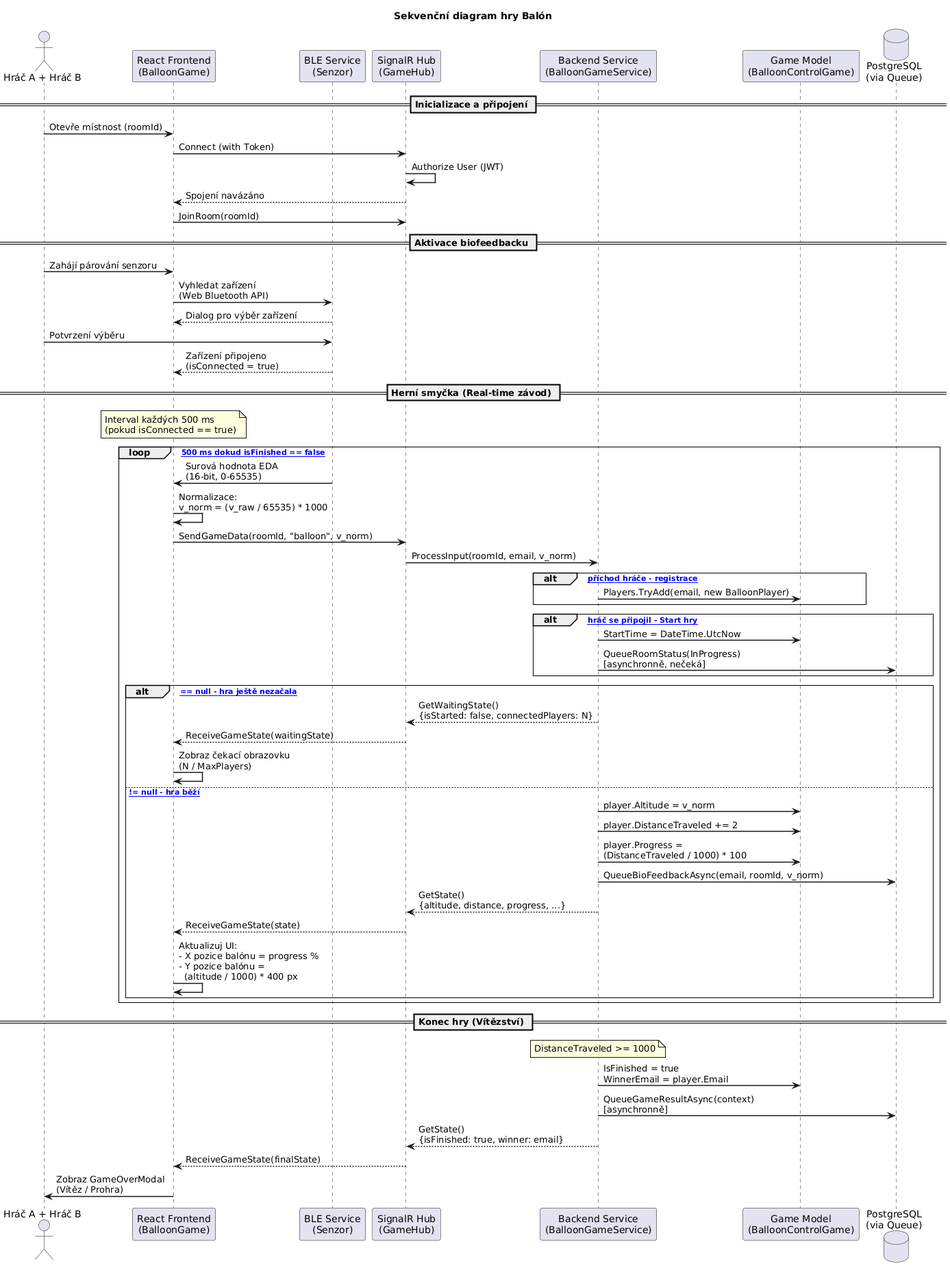
This is doc/plantuml/img/balloongame.png from elsnoxx/Bachelor-thesis, a PlantUML export, as it was before one commit. The source it was exported from:
```plantuml
@startuml
title Sekvenční diagram hry Balón

skinparam sequenceArrowThickness 1.5
skinparam responseMessageBelowArrow true
skinparam sequenceGroupBorderThickness 1
skinparam noteBorderThickness 1

actor "Hráč A + Hráč B" as Players
participant "React Frontend\n(BalloonGame)" as Frontend
participant "BLE Service\n(Senzor)" as BLE
participant "SignalR Hub\n(GameHub)" as Hub
participant "Backend Service\n(BalloonGameService)" as Service
participant "Game Model\n(BalloonControlGame)" as Model
database "PostgreSQL\n(via Queue)" as DB

== Inicializace a připojení ==

Players -> Frontend : Otevře místnost (roomId)
Frontend -> Hub : Connect (with Token)
Hub -> Hub : Authorize User (JWT)
Hub --> Frontend : Spojení navázáno
Frontend -> Hub : JoinRoom(roomId)

== Aktivace biofeedbacku ==

Players -> Frontend : Zahájí párování senzoru
Frontend -> BLE : Vyhledat zařízení\n(Web Bluetooth API)
BLE --> Frontend : Dialog pro výběr zařízení
Players -> BLE : Potvrzení výběru
BLE --> Frontend : Zařízení připojeno\n(isConnected = true)

== Herní smyčka (Real-time závod) ==

note over Frontend : Interval každých 500 ms\n(pokud isConnected == true)

loop [Každých 500 ms dokud isFinished == false]
    BLE -> Frontend : Surová hodnota EDA\n(16-bit, 0-65535)
    Frontend -> Frontend : Normalizace:\nv_norm = (v_raw / 65535) * 1000
    Frontend -> Hub : SendGameData(roomId, "balloon", v_norm)
    Hub -> Service : ProcessInput(roomId, email, v_norm)

    alt [První příchod hráče - registrace]
        Service -> Model : Players.TryAdd(email, new BalloonPlayer)
    end

    alt [Druhý hráč se připojil - Start hry]
        Service -> Model : StartTime = DateTime.UtcNow
        Service -> DB : QueueRoomStatus(InProgress)\n[asynchronně, nečeká]
    end

    alt [StartTime == null - hra ještě nezačala]
        Service --> Hub : GetWaitingState()\n{isStarted: false, connectedPlayers: N}
        Hub --> Frontend : ReceiveGameState(waitingState)
        Frontend -> Frontend : Zobraz čekací obrazovku\n(N / MaxPlayers)
    else [StartTime != null - hra běží]
        Service -> Model : player.Altitude = v_norm
        Service -> Model : player.DistanceTraveled += 2
        Service -> Model : player.Progress =\n(DistanceTraveled / 1000) * 100
        Service -> DB : QueueBioFeedbackAsync(email, roomId, v_norm)
        Service --> Hub : GetState()\n{altitude, distance, progress, ...}
        Hub --> Frontend : ReceiveGameState(state)
        Frontend -> Frontend : Aktualizuj UI:\n- X pozice balónu = progress %\n- Y pozice balónu =\n  (altitude / 1000) * 400 px
    end
end

== Konec hry (Vítězství) ==

note over Service : DistanceTraveled >= 1000

Service -> Model : IsFinished = true\nWinnerEmail = player.Email
Service -> DB : QueueGameResultAsync(context)\n[asynchronně]
Service --> Hub : GetState()\n{isFinished: true, winner: email}
Hub --> Frontend : ReceiveGameState(finalState)
Frontend -> Players : Zobraz GameOverModal\n(Vítěz / Prohra)
@enduml
```
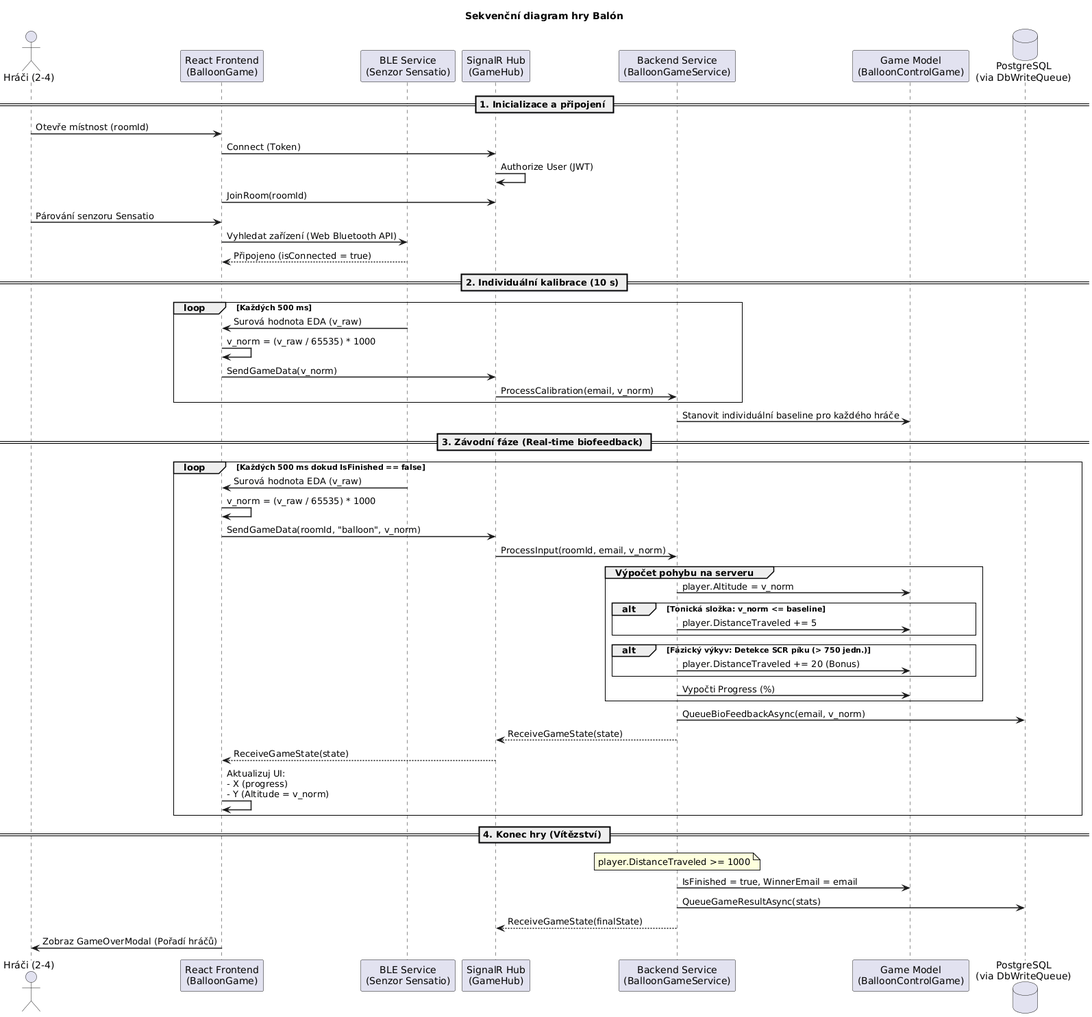
Later version of the same file.

The edit, as a diff of the source:
```diff
@@ -6,71 +6,71 @@
 skinparam sequenceGroupBorderThickness 1
 skinparam noteBorderThickness 1
 
-actor "Hráč A + Hráč B" as Players
+actor "Hráči (2-4)" as Players
 participant "React Frontend\n(BalloonGame)" as Frontend
-participant "BLE Service\n(Senzor)" as BLE
+participant "BLE Service\n(Senzor Sensatio)" as BLE
 participant "SignalR Hub\n(GameHub)" as Hub
 participant "Backend Service\n(BalloonGameService)" as Service
 participant "Game Model\n(BalloonControlGame)" as Model
-database "PostgreSQL\n(via Queue)" as DB
+database "PostgreSQL\n(via DbWriteQueue)" as DB
 
-== Inicializace a připojení ==
+== 1. Inicializace a připojení ==
 
 Players -> Frontend : Otevře místnost (roomId)
-Frontend -> Hub : Connect (with Token)
+Frontend -> Hub : Connect (Token)
 Hub -> Hub : Authorize User (JWT)
-Hub --> Frontend : Spojení navázáno
 Frontend -> Hub : JoinRoom(roomId)
 
-== Aktivace biofeedbacku ==
+Players -> Frontend : Párování senzoru Sensatio
+Frontend -> BLE : Vyhledat zařízení (Web Bluetooth API)
+BLE --> Frontend : Připojeno (isConnected = true)
 
-Players -> Frontend : Zahájí párování senzoru
-Frontend -> BLE : Vyhledat zařízení\n(Web Bluetooth API)
-BLE --> Frontend : Dialog pro výběr zařízení
-Players -> BLE : Potvrzení výběru
-BLE --> Frontend : Zařízení připojeno\n(isConnected = true)
+== 2. Individuální kalibrace (10 s) ==
 
-== Herní smyčka (Real-time závod) ==
 
-note over Frontend : Interval každých 500 ms\n(pokud isConnected == true)
+loop Každých 500 ms
+    BLE -> Frontend : Surová hodnota EDA (v_raw)
+    Frontend -> Frontend : v_norm = (v_raw / 65535) * 1000
+    Frontend -> Hub : SendGameData(v_norm)
+    Hub -> Service : ProcessCalibration(email, v_norm)
+end
+Service -> Model : Stanovit individuální baseline pro každého hráče
 
-loop [Každých 500 ms dokud isFinished == false]
-    BLE -> Frontend : Surová hodnota EDA\n(16-bit, 0-65535)
-    Frontend -> Frontend : Normalizace:\nv_norm = (v_raw / 65535) * 1000
+== 3. Závodní fáze (Real-time biofeedback) ==
+
+loop Každých 500 ms dokud IsFinished == false
+    BLE -> Frontend : Surová hodnota EDA (v_raw)
+    Frontend -> Frontend : v_norm = (v_raw / 65535) * 1000
     Frontend -> Hub : SendGameData(roomId, "balloon", v_norm)
     Hub -> Service : ProcessInput(roomId, email, v_norm)
 
-    alt [První příchod hráče - registrace]
-        Service -> Model : Players.TryAdd(email, new BalloonPlayer)
+    group Výpočet pohybu na serveru
+        Service -> Model : player.Altitude = v_norm
+
+        alt Tonická složka: v_norm <= baseline
+            Service -> Model : player.DistanceTraveled += 5
+        end
+
+        alt Fázický výkyv: Detekce SCR píku (> 750 jedn.)
+            Service -> Model : player.DistanceTraveled += 20 (Bonus)
+        end
+
+        Service -> Model : Vypočti Progress (%)
     end
 
-    alt [Druhý hráč se připojil - Start hry]
-        Service -> Model : StartTime = DateTime.UtcNow
-        Service -> DB : QueueRoomStatus(InProgress)\n[asynchronně, nečeká]
-    end
+    Service -> DB : QueueBioFeedbackAsync(email, v_norm)
+    Service --> Hub : ReceiveGameState(state)
+    Hub --> Frontend : ReceiveGameState(state)
 
-    alt [StartTime == null - hra ještě nezačala]
-        Service --> Hub : GetWaitingState()\n{isStarted: false, connectedPlayers: N}
-        Hub --> Frontend : ReceiveGameState(waitingState)
-        Frontend -> Frontend : Zobraz čekací obrazovku\n(N / MaxPlayers)
-    else [StartTime != null - hra běží]
-        Service -> Model : player.Altitude = v_norm
-        Service -> Model : player.DistanceTraveled += 2
-        Service -> Model : player.Progress =\n(DistanceTraveled / 1000) * 100
-        Service -> DB : QueueBioFeedbackAsync(email, roomId, v_norm)
-        Service --> Hub : GetState()\n{altitude, distance, progress, ...}
-        Hub --> Frontend : ReceiveGameState(state)
-        Frontend -> Frontend : Aktualizuj UI:\n- X pozice balónu = progress %\n- Y pozice balónu =\n  (altitude / 1000) * 400 px
-    end
+    Frontend -> Frontend : Aktualizuj UI:\n- X (progress)\n- Y (Altitude = v_norm)
 end
 
-== Konec hry (Vítězství) ==
+== 4. Konec hry (Vítězství) ==
 
-note over Service : DistanceTraveled >= 1000
+note over Service : player.DistanceTraveled >= 1000
 
-Service -> Model : IsFinished = true\nWinnerEmail = player.Email
-Service -> DB : QueueGameResultAsync(context)\n[asynchronně]
-Service --> Hub : GetState()\n{isFinished: true, winner: email}
-Hub --> Frontend : ReceiveGameState(finalState)
-Frontend -> Players : Zobraz GameOverModal\n(Vítěz / Prohra)
+Service -> Model : IsFinished = true, WinnerEmail = email
+Service -> DB : QueueGameResultAsync(stats)
+Service --> Hub : ReceiveGameState(finalState)
+Frontend -> Players : Zobraz GameOverModal (Pořadí hráčů)
 @enduml
```
